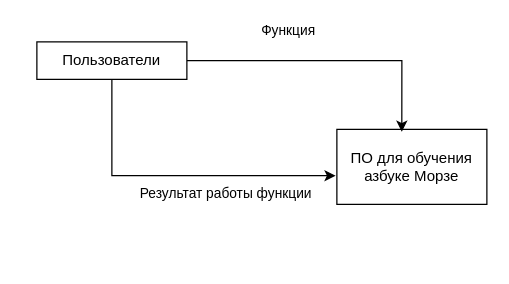
The draw.io diagram page "Page-1" (1 of 2) of kd.drawio in DieNice/TDP, before the edit. Source tidied: cells renumbered, new cells numbered last; positions are measured from the earlier drawing's top-left corner, leaving out a move shared by most shapes. Both pictures are drawn from the tidied source at 125%, with x=0, y=0 at pixel (36, 41).
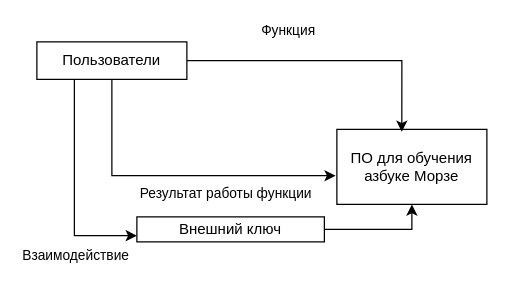
The same diagram, later.

Diff of the diagram source:
```diff
@@
 <mxGraphModel>
   <root>
     <mxCell id="0" />
     <mxCell id="1" parent="0" />
     <mxCell id="2" value="ПО для обучения азбуке Морзе" style="rounded=0;whiteSpace=wrap;html=1;" parent="1" vertex="1">
       <mxGeometry x="240" y="70" width="120" height="60" as="geometry" />
     </mxCell>
     <mxCell id="3" style="edgeStyle=orthogonalEdgeStyle;rounded=0;jettySize=auto;html=1;exitX=1;exitY=0.5;exitDx=0;exitDy=0;entryX=0.433;entryY=0.033;entryDx=0;entryDy=0;entryPerimeter=0;" parent="1" edge="1" source="7" target="2">
       <mxGeometry relative="1" as="geometry" />
     </mxCell>
     <mxCell id="4" value="Функция" style="edgeLabel;html=1;align=center;verticalAlign=middle;" parent="3" vertex="1">
       <mxGeometry x="-0.16" y="-1" relative="1" as="geometry">
         <mxPoint x="-16" y="-26" as="offset" />
       </mxGeometry>
     </mxCell>
     <mxCell id="5" style="edgeStyle=orthogonalEdgeStyle;rounded=0;jettySize=auto;html=1;exitX=0.5;exitY=1;exitDx=0;exitDy=0;entryX=-0.008;entryY=0.617;entryDx=0;entryDy=0;entryPerimeter=0;" parent="1" edge="1" source="7" target="2">
       <mxGeometry relative="1" as="geometry" />
     </mxCell>
     <mxCell id="6" value="Результат работы функции" style="edgeLabel;html=1;align=center;verticalAlign=middle;" parent="5" vertex="1">
       <mxGeometry x="-0.41" y="33" relative="1" as="geometry">
         <mxPoint x="57" y="14" as="offset" />
       </mxGeometry>
     </mxCell>
+    <mxCell id="8" style="edgeStyle=orthogonalEdgeStyle;rounded=0;jettySize=auto;html=1;exitX=0.25;exitY=1;exitDx=0;exitDy=0;entryX=0;entryY=0.75;entryDx=0;entryDy=0;" parent="1" edge="1" source="7" target="11">
+      <mxGeometry relative="1" as="geometry" />
+    </mxCell>
+    <mxCell id="9" value="Взаимодействие" style="edgeLabel;html=1;align=center;verticalAlign=middle;" parent="8" vertex="1">
+      <mxGeometry x="0.41" y="3" relative="1" as="geometry">
+        <mxPoint x="-3" y="17" as="offset" />
+      </mxGeometry>
+    </mxCell>
     <mxCell id="7" value="Пользователи" style="rounded=0;whiteSpace=wrap;html=1;" parent="1" vertex="1">
       <mxGeometry width="120" height="30" as="geometry" />
     </mxCell>
+    <mxCell id="10" style="edgeStyle=orthogonalEdgeStyle;rounded=0;jettySize=auto;html=1;exitX=1;exitY=0.5;exitDx=0;exitDy=0;entryX=0.5;entryY=1;entryDx=0;entryDy=0;" parent="1" edge="1" source="11" target="2">
+      <mxGeometry relative="1" as="geometry" />
+    </mxCell>
+    <mxCell id="11" value="Внешний ключ" style="rounded=0;whiteSpace=wrap;html=1;" parent="1" vertex="1">
+      <mxGeometry x="80" y="140" width="150" height="20" as="geometry" />
+    </mxCell>
   </root>
 </mxGraphModel>
```
